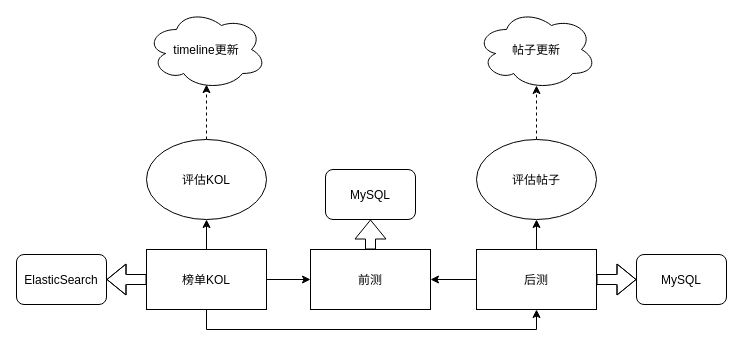
Earlier version of the draw.io diagram file/前后测核心.drawio (LLwill/drow.io). Source tidied: cells renumbered, new cells numbered last; positions are measured from the earlier drawing's top-left corner, leaving out a move shared by most shapes. Both pictures are drawn from the tidied source at 100%, with x=0, y=0 at pixel (16, 9).
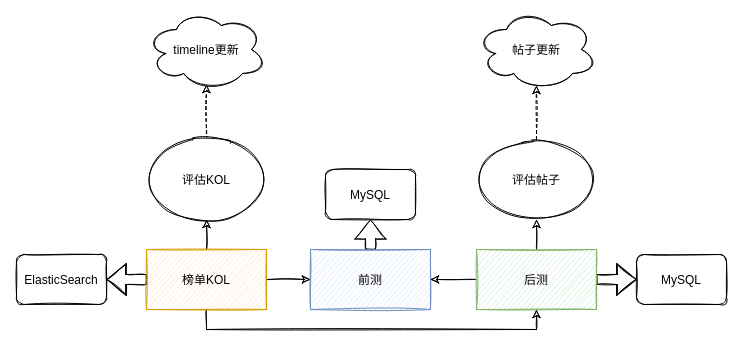
The same diagram, later.

Commit message:
更新前后测核心.drawio

Diff of the diagram source:
```diff
@@
-    <mxCell id="2" style="edgeStyle=orthogonalEdgeStyle;rounded=0;jettySize=auto;exitX=0.5;exitY=0;exitDx=0;exitDy=0;entryX=0.5;entryY=0.938;entryDx=0;entryDy=0;entryPerimeter=0;dashed=1;" parent="1" edge="1" source="3" target="17">
+    <mxCell id="2" style="edgeStyle=orthogonalEdgeStyle;rounded=0;jettySize=auto;exitX=0.5;exitY=0;exitDx=0;exitDy=0;entryX=0.5;entryY=0.938;entryDx=0;entryDy=0;entryPerimeter=0;dashed=1;sketch=1;" parent="1" edge="1" source="3" target="17">
       <mxGeometry relative="1" as="geometry" />
     </mxCell>
-    <mxCell id="3" value="评估KOL" style="ellipse;" parent="1" vertex="1">
+    <mxCell id="3" value="评估KOL" style="ellipse;sketch=1;" parent="1" vertex="1">
       <mxGeometry x="130" y="130" width="120" height="80" as="geometry" />
     </mxCell>
-    <mxCell id="4" style="edgeStyle=orthogonalEdgeStyle;rounded=0;jettySize=auto;exitX=0.5;exitY=0;exitDx=0;exitDy=0;entryX=0.5;entryY=0.95;entryDx=0;entryDy=0;entryPerimeter=0;dashed=1;" parent="1" edge="1" source="5" target="18">
+    <mxCell id="4" style="edgeStyle=orthogonalEdgeStyle;rounded=0;jettySize=auto;exitX=0.5;exitY=0;exitDx=0;exitDy=0;entryX=0.5;entryY=0.95;entryDx=0;entryDy=0;entryPerimeter=0;dashed=1;sketch=1;" parent="1" edge="1" source="5" target="18">
       <mxGeometry relative="1" as="geometry" />
     </mxCell>
-    <mxCell id="5" value="评估帖子" style="ellipse;" parent="1" vertex="1">
+    <mxCell id="5" value="评估帖子" style="ellipse;sketch=1;" parent="1" vertex="1">
       <mxGeometry x="460" y="130" width="120" height="80" as="geometry" />
     </mxCell>
-    <mxCell id="6" style="edgeStyle=orthogonalEdgeStyle;rounded=0;jettySize=auto;exitX=0.5;exitY=0;exitDx=0;exitDy=0;entryX=0.5;entryY=1;entryDx=0;entryDy=0;" parent="1" edge="1" source="10" target="3">
+    <mxCell id="6" style="edgeStyle=orthogonalEdgeStyle;rounded=0;jettySize=auto;exitX=0.5;exitY=0;exitDx=0;exitDy=0;entryX=0.5;entryY=1;entryDx=0;entryDy=0;sketch=1;" parent="1" edge="1" source="10" target="3">
       <mxGeometry relative="1" as="geometry" />
     </mxCell>
-    <mxCell id="7" style="edgeStyle=orthogonalEdgeStyle;rounded=0;jettySize=auto;exitX=1;exitY=0.5;exitDx=0;exitDy=0;entryX=0;entryY=0.5;entryDx=0;entryDy=0;" parent="1" edge="1" source="10" target="12">
+    <mxCell id="7" style="edgeStyle=orthogonalEdgeStyle;rounded=0;jettySize=auto;exitX=1;exitY=0.5;exitDx=0;exitDy=0;entryX=0;entryY=0.5;entryDx=0;entryDy=0;sketch=1;" parent="1" edge="1" source="10" target="12">
       <mxGeometry relative="1" as="geometry" />
     </mxCell>
-    <mxCell id="8" style="edgeStyle=orthogonalEdgeStyle;rounded=0;jettySize=auto;exitX=0.5;exitY=1;exitDx=0;exitDy=0;entryX=0.5;entryY=1;entryDx=0;entryDy=0;" parent="1" edge="1" source="10" target="16">
+    <mxCell id="8" style="edgeStyle=orthogonalEdgeStyle;rounded=0;jettySize=auto;exitX=0.5;exitY=1;exitDx=0;exitDy=0;entryX=0.5;entryY=1;entryDx=0;entryDy=0;sketch=1;" parent="1" edge="1" source="10" target="16">
       <mxGeometry relative="1" as="geometry" />
     </mxCell>
-    <mxCell id="9" style="edgeStyle=orthogonalEdgeStyle;rounded=0;jettySize=auto;exitX=0;exitY=0.5;exitDx=0;exitDy=0;shape=flexArrow;" parent="1" edge="1" source="10">
+    <mxCell id="9" style="edgeStyle=orthogonalEdgeStyle;rounded=0;jettySize=auto;exitX=0;exitY=0.5;exitDx=0;exitDy=0;shape=flexArrow;sketch=1;" parent="1" edge="1" source="10">
       <mxGeometry relative="1" as="geometry">
         <mxPoint x="90" y="270" as="targetPoint" />
       </mxGeometry>
     </mxCell>
-    <mxCell id="10" value="榜单KOL" style="rounded=0;" parent="1" vertex="1">
+    <mxCell id="10" value="榜单KOL" style="rounded=0;sketch=1;fillColor=#ffe6cc;strokeColor=#d79b00;" parent="1" vertex="1">
       <mxGeometry x="130" y="240" width="120" height="60" as="geometry" />
     </mxCell>
-    <mxCell id="11" style="edgeStyle=orthogonalEdgeStyle;shape=flexArrow;rounded=0;jettySize=auto;exitX=0.5;exitY=0;exitDx=0;exitDy=0;" parent="1" edge="1" source="12">
+    <mxCell id="11" style="edgeStyle=orthogonalEdgeStyle;shape=flexArrow;rounded=0;jettySize=auto;exitX=0.5;exitY=0;exitDx=0;exitDy=0;sketch=1;" parent="1" edge="1" source="12">
       <mxGeometry relative="1" as="geometry">
         <mxPoint x="354" y="210" as="targetPoint" />
       </mxGeometry>
     </mxCell>
-    <mxCell id="12" value="前测" style="rounded=0;" parent="1" vertex="1">
+    <mxCell id="12" value="前测" style="rounded=0;sketch=1;fillColor=#dae8fc;strokeColor=#6c8ebf;" parent="1" vertex="1">
       <mxGeometry x="294" y="240" width="120" height="60" as="geometry" />
     </mxCell>
-    <mxCell id="13" style="edgeStyle=orthogonalEdgeStyle;rounded=0;jettySize=auto;exitX=0;exitY=0.5;exitDx=0;exitDy=0;entryX=1;entryY=0.5;entryDx=0;entryDy=0;" parent="1" edge="1" source="16" target="12">
+    <mxCell id="13" style="edgeStyle=orthogonalEdgeStyle;rounded=0;jettySize=auto;exitX=0;exitY=0.5;exitDx=0;exitDy=0;entryX=1;entryY=0.5;entryDx=0;entryDy=0;sketch=1;" parent="1" edge="1" source="16" target="12">
       <mxGeometry relative="1" as="geometry" />
     </mxCell>
-    <mxCell id="14" style="edgeStyle=orthogonalEdgeStyle;rounded=0;jettySize=auto;exitX=0.5;exitY=0;exitDx=0;exitDy=0;entryX=0.5;entryY=1;entryDx=0;entryDy=0;" parent="1" edge="1" source="16" target="5">
+    <mxCell id="14" style="edgeStyle=orthogonalEdgeStyle;rounded=0;jettySize=auto;exitX=0.5;exitY=0;exitDx=0;exitDy=0;entryX=0.5;entryY=1;entryDx=0;entryDy=0;sketch=1;" parent="1" edge="1" source="16" target="5">
       <mxGeometry relative="1" as="geometry" />
     </mxCell>
-    <mxCell id="15" style="edgeStyle=orthogonalEdgeStyle;shape=flexArrow;rounded=0;jettySize=auto;exitX=1;exitY=0.5;exitDx=0;exitDy=0;" parent="1" edge="1" source="16">
+    <mxCell id="15" style="edgeStyle=orthogonalEdgeStyle;shape=flexArrow;rounded=0;jettySize=auto;exitX=1;exitY=0.5;exitDx=0;exitDy=0;sketch=1;" parent="1" edge="1" source="16">
       <mxGeometry relative="1" as="geometry">
         <mxPoint x="620" y="270" as="targetPoint" />
       </mxGeometry>
     </mxCell>
-    <mxCell id="16" value="后测" style="rounded=0;" parent="1" vertex="1">
+    <mxCell id="16" value="后测" style="rounded=0;sketch=1;fillColor=#d5e8d4;strokeColor=#82b366;" parent="1" vertex="1">
       <mxGeometry x="460" y="240" width="120" height="60" as="geometry" />
     </mxCell>
-    <mxCell id="17" value="timeline更新" style="ellipse;shape=cloud;" parent="1" vertex="1">
+    <mxCell id="17" value="timeline更新" style="ellipse;shape=cloud;sketch=1;" parent="1" vertex="1">
       <mxGeometry x="130" width="120" height="80" as="geometry" />
     </mxCell>
-    <mxCell id="18" value="帖子更新" style="ellipse;shape=cloud;" parent="1" vertex="1">
+    <mxCell id="18" value="帖子更新" style="ellipse;shape=cloud;sketch=1;" parent="1" vertex="1">
       <mxGeometry x="460" width="120" height="80" as="geometry" />
     </mxCell>
-    <mxCell id="19" value="ElasticSearch" style="rounded=1;" parent="1" vertex="1">
+    <mxCell id="19" value="ElasticSearch" style="rounded=1;sketch=1;" parent="1" vertex="1">
       <mxGeometry y="245" width="90" height="50" as="geometry" />
     </mxCell>
-    <mxCell id="20" value="MySQL" style="rounded=1;" parent="1" vertex="1">
+    <mxCell id="20" value="MySQL" style="rounded=1;sketch=1;" parent="1" vertex="1">
       <mxGeometry x="309" y="160" width="90" height="50" as="geometry" />
     </mxCell>
-    <mxCell id="21" value="MySQL" style="rounded=1;" parent="1" vertex="1">
+    <mxCell id="21" value="MySQL" style="rounded=1;sketch=1;" parent="1" vertex="1">
       <mxGeometry x="620" y="245" width="90" height="50" as="geometry" />
     </mxCell>
```
